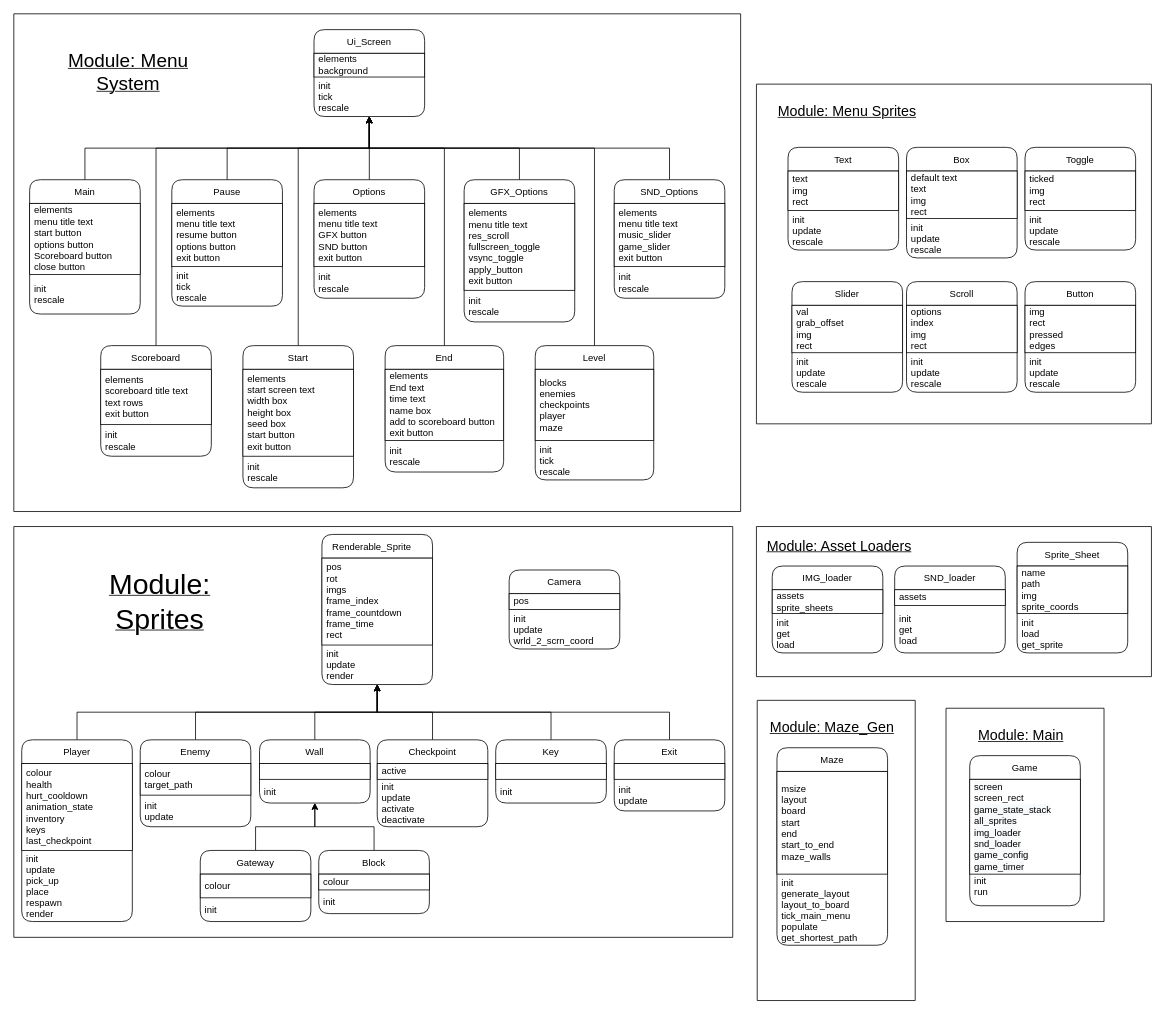
Scaniox/H446-programming-project keeps this draw.io diagram as class diagrams.drawio. Above is the earlier version. Source tidied: cells renumbered, new cells numbered last; positions are measured from the earlier drawing's top-left corner, leaving out a move shared by most shapes. Both pictures are drawn from the tidied source at 79%, with x=0, y=0 at pixel (13, 13).
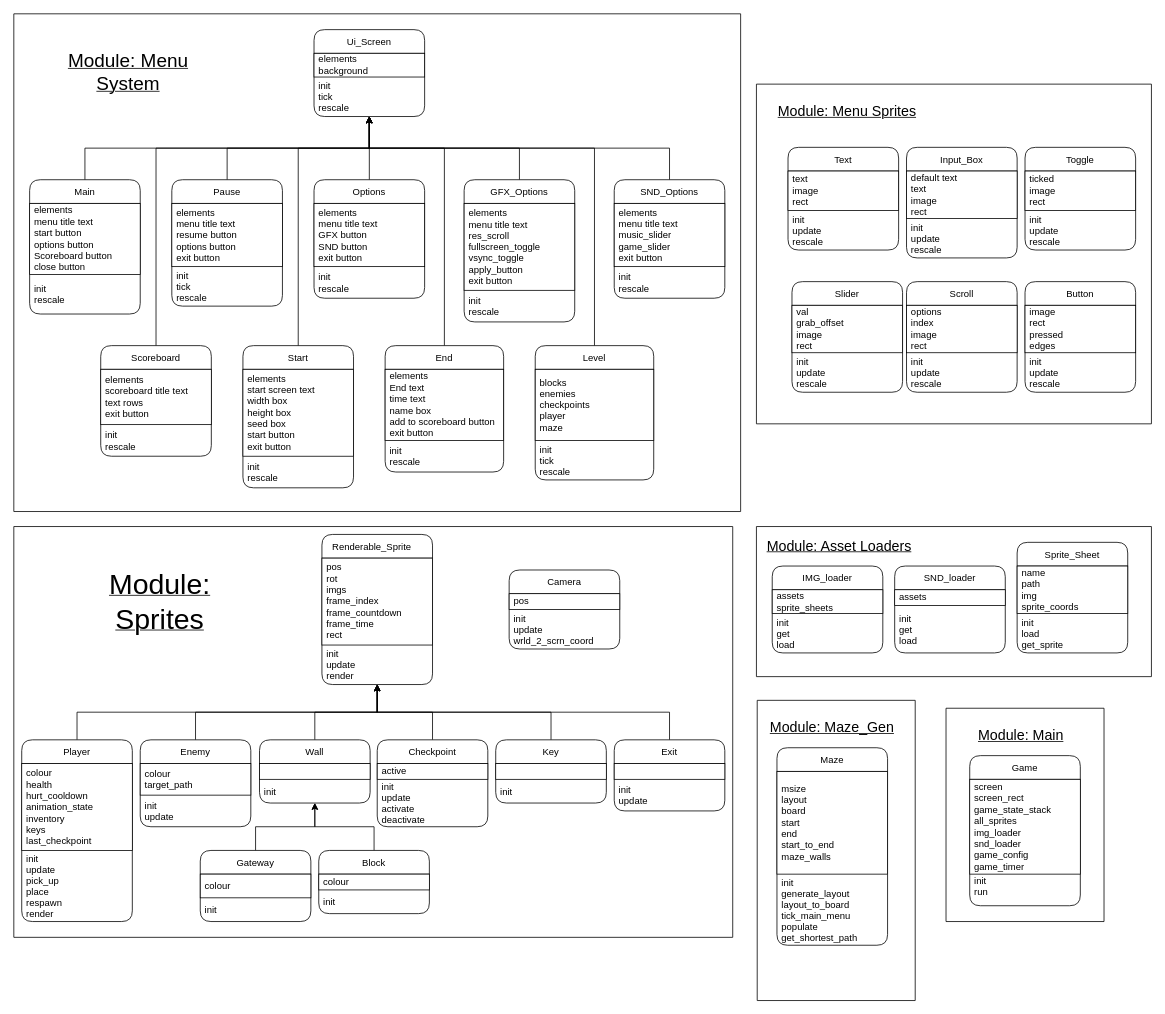
After the change.

Commit message (it also covers changes not shown here):
design - menu sprites 23 01 22

Unchanged cells that the change refers to:
```xml
<mxCell id="60" value="Game" style="swimlane;fontStyle=0;horizontal=1;startSize=30;rounded=1;" parent="58" vertex="1">
  <mxGeometry x="30" y="60" width="140" height="190" as="geometry" />
</mxCell>
<mxCell id="104" style="swimlane;startSize=0;fontSize=36;" parent="1" vertex="1">
  <mxGeometry x="940" y="89" width="500" height="430" as="geometry" />
</mxCell>
<mxCell id="106" value="Text" style="swimlane;fontStyle=0;horizontal=1;startSize=30;rounded=1;" parent="104" vertex="1">
  <mxGeometry x="40" y="80" width="140" height="130" as="geometry" />
</mxCell>
<mxCell id="112" value="Toggle" style="swimlane;fontStyle=0;horizontal=1;startSize=30;rounded=1;" parent="104" vertex="1">
  <mxGeometry x="340" y="80" width="140" height="130" as="geometry" />
</mxCell>
<mxCell id="115" value="Scroll" style="swimlane;fontStyle=0;horizontal=1;startSize=30;rounded=1;" parent="104" vertex="1">
  <mxGeometry x="190" y="250" width="140" height="140" as="geometry" />
</mxCell>
<mxCell id="118" value="Slider" style="swimlane;fontStyle=0;horizontal=1;startSize=30;rounded=1;" parent="104" vertex="1">
  <mxGeometry x="45" y="250" width="140" height="140" as="geometry" />
</mxCell>
<mxCell id="121" value="Button" style="swimlane;fontStyle=0;horizontal=1;startSize=30;rounded=1;" parent="104" vertex="1">
  <mxGeometry x="340" y="250" width="140" height="140" as="geometry" />
</mxCell>
```

What changed in the source:
```diff
@@
-    <mxCell id="61" value="&lt;span style=&quot;color: rgb(0 , 0 , 0) ; font-family: &amp;#34;helvetica&amp;#34; ; font-size: 12px ; font-style: normal ; font-weight: 400 ; letter-spacing: normal ; text-indent: 0px ; text-transform: none ; word-spacing: 0px ; background-color: rgb(248 , 249 , 250) ; display: inline ; float: none&quot;&gt;screen&lt;br&gt;&lt;/span&gt;screen_rect&lt;br style=&quot;padding: 0px ; margin: 0px ; color: rgb(0 , 0 , 0) ; font-family: &amp;#34;helvetica&amp;#34; ; font-size: 12px ; font-style: normal ; font-weight: 400 ; letter-spacing: normal ; text-indent: 0px ; text-transform: none ; word-spacing: 0px ; background-color: rgb(248 , 249 , 250)&quot;&gt;&lt;span style=&quot;color: rgb(0 , 0 , 0) ; font-family: &amp;#34;helvetica&amp;#34; ; font-size: 12px ; font-style: normal ; font-weight: 400 ; letter-spacing: normal ; text-indent: 0px ; text-transform: none ; word-spacing: 0px ; background-color: rgb(248 , 249 , 250) ; display: inline ; float: none&quot;&gt;game_state_stack&lt;/span&gt;&lt;br style=&quot;padding: 0px ; margin: 0px ; color: rgb(0 , 0 , 0) ; font-family: &amp;#34;helvetica&amp;#34; ; font-size: 12px ; font-style: normal ; font-weight: 400 ; letter-spacing: normal ; text-indent: 0px ; text-transform: none ; word-spacing: 0px ; background-color: rgb(248 , 249 , 250)&quot;&gt;&lt;span style=&quot;color: rgb(0 , 0 , 0) ; font-family: &amp;#34;helvetica&amp;#34; ; font-size: 12px ; font-style: normal ; font-weight: 400 ; letter-spacing: normal ; text-indent: 0px ; text-transform: none ; word-spacing: 0px ; background-color: rgb(248 , 249 , 250) ; display: inline ; float: none&quot;&gt;all_sprites&lt;/span&gt;&lt;br style=&quot;padding: 0px ; margin: 0px ; color: rgb(0 , 0 , 0) ; font-family: &amp;#34;helvetica&amp;#34; ; font-size: 12px ; font-style: normal ; font-weight: 400 ; letter-spacing: normal ; text-indent: 0px ; text-transform: none ; word-spacing: 0px ; background-color: rgb(248 , 249 , 250)&quot;&gt;&lt;span style=&quot;color: rgb(0 , 0 , 0) ; font-family: &amp;#34;helvetica&amp;#34; ; font-size: 12px ; font-style: normal ; font-weight: 400 ; letter-spacing: normal ; text-indent: 0px ; text-transform: none ; word-spacing: 0px ; background-color: rgb(248 , 249 , 250) ; display: inline ; float: none&quot;&gt;img_loader&lt;/span&gt;&lt;br style=&quot;padding: 0px ; margin: 0px ; color: rgb(0 , 0 , 0) ; font-family: &amp;#34;helvetica&amp;#34; ; font-size: 12px ; font-style: normal ; font-weight: 400 ; letter-spacing: normal ; text-indent: 0px ; text-transform: none ; word-spacing: 0px ; background-color: rgb(248 , 249 , 250)&quot;&gt;&lt;span style=&quot;color: rgb(0 , 0 , 0) ; font-family: &amp;#34;helvetica&amp;#34; ; font-size: 12px ; font-style: normal ; font-weight: 400 ; letter-spacing: normal ; text-indent: 0px ; text-transform: none ; word-spacing: 0px ; background-color: rgb(248 , 249 , 250) ; display: inline ; float: none&quot;&gt;snd_loader&lt;/span&gt;&lt;br style=&quot;padding: 0px ; margin: 0px ; color: rgb(0 , 0 , 0) ; font-family: &amp;#34;helvetica&amp;#34; ; font-size: 12px ; font-style: normal ; font-weight: 400 ; letter-spacing: normal ; text-indent: 0px ; text-transform: none ; word-spacing: 0px ; background-color: rgb(248 , 249 , 250)&quot;&gt;&lt;span style=&quot;color: rgb(0 , 0 , 0) ; font-family: &amp;#34;helvetica&amp;#34; ; font-size: 12px ; font-style: normal ; font-weight: 400 ; letter-spacing: normal ; text-indent: 0px ; text-transform: none ; word-spacing: 0px ; background-color: rgb(248 , 249 , 250) ; display: inline ; float: none&quot;&gt;game_config&lt;/span&gt;&lt;br style=&quot;padding: 0px ; margin: 0px ; color: rgb(0 , 0 , 0) ; font-family: &amp;#34;helvetica&amp;#34; ; font-size: 12px ; font-style: normal ; font-weight: 400 ; letter-spacing: normal ; text-indent: 0px ; text-transform: none ; word-spacing: 0px ; background-color: rgb(248 , 249 , 250)&quot;&gt;&lt;span style=&quot;color: rgb(0 , 0 , 0) ; font-family: &amp;#34;helvetica&amp;#34; ; font-size: 12px ; font-style: normal ; font-weight: 400 ; letter-spacing: normal ; text-indent: 0px ; text-transform: none ; word-spacing: 0px ; background-color: rgb(248 , 249 , 250) ; display: inline ; float: none&quot;&gt;game_timer&lt;/span&gt;" style="rounded=0;whiteSpace=wrap;html=1;align=left;spacingLeft=4;" parent="60" vertex="1">
+    <mxCell id="61" value="&lt;span style=&quot;font-family: &amp;#34;helvetica&amp;#34; ; font-size: 12px ; font-style: normal ; font-weight: 400 ; letter-spacing: normal ; text-indent: 0px ; text-transform: none ; word-spacing: 0px ; display: inline ; float: none&quot;&gt;screen&lt;br&gt;&lt;/span&gt;screen_rect&lt;br style=&quot;padding: 0px ; margin: 0px ; font-family: &amp;#34;helvetica&amp;#34; ; font-size: 12px ; font-style: normal ; font-weight: 400 ; letter-spacing: normal ; text-indent: 0px ; text-transform: none ; word-spacing: 0px&quot;&gt;&lt;span style=&quot;font-family: &amp;#34;helvetica&amp;#34; ; font-size: 12px ; font-style: normal ; font-weight: 400 ; letter-spacing: normal ; text-indent: 0px ; text-transform: none ; word-spacing: 0px ; display: inline ; float: none&quot;&gt;game_state_stack&lt;/span&gt;&lt;br style=&quot;padding: 0px ; margin: 0px ; font-family: &amp;#34;helvetica&amp;#34; ; font-size: 12px ; font-style: normal ; font-weight: 400 ; letter-spacing: normal ; text-indent: 0px ; text-transform: none ; word-spacing: 0px&quot;&gt;&lt;span style=&quot;font-family: &amp;#34;helvetica&amp;#34; ; font-size: 12px ; font-style: normal ; font-weight: 400 ; letter-spacing: normal ; text-indent: 0px ; text-transform: none ; word-spacing: 0px ; display: inline ; float: none&quot;&gt;all_sprites&lt;/span&gt;&lt;br style=&quot;padding: 0px ; margin: 0px ; font-family: &amp;#34;helvetica&amp;#34; ; font-size: 12px ; font-style: normal ; font-weight: 400 ; letter-spacing: normal ; text-indent: 0px ; text-transform: none ; word-spacing: 0px&quot;&gt;&lt;span style=&quot;font-family: &amp;#34;helvetica&amp;#34; ; font-size: 12px ; font-style: normal ; font-weight: 400 ; letter-spacing: normal ; text-indent: 0px ; text-transform: none ; word-spacing: 0px ; display: inline ; float: none&quot;&gt;img_loader&lt;/span&gt;&lt;br style=&quot;padding: 0px ; margin: 0px ; font-family: &amp;#34;helvetica&amp;#34; ; font-size: 12px ; font-style: normal ; font-weight: 400 ; letter-spacing: normal ; text-indent: 0px ; text-transform: none ; word-spacing: 0px&quot;&gt;&lt;span style=&quot;font-family: &amp;#34;helvetica&amp;#34; ; font-size: 12px ; font-style: normal ; font-weight: 400 ; letter-spacing: normal ; text-indent: 0px ; text-transform: none ; word-spacing: 0px ; display: inline ; float: none&quot;&gt;snd_loader&lt;/span&gt;&lt;br style=&quot;padding: 0px ; margin: 0px ; font-family: &amp;#34;helvetica&amp;#34; ; font-size: 12px ; font-style: normal ; font-weight: 400 ; letter-spacing: normal ; text-indent: 0px ; text-transform: none ; word-spacing: 0px&quot;&gt;&lt;span style=&quot;font-family: &amp;#34;helvetica&amp;#34; ; font-size: 12px ; font-style: normal ; font-weight: 400 ; letter-spacing: normal ; text-indent: 0px ; text-transform: none ; word-spacing: 0px ; display: inline ; float: none&quot;&gt;game_config&lt;/span&gt;&lt;br style=&quot;padding: 0px ; margin: 0px ; font-family: &amp;#34;helvetica&amp;#34; ; font-size: 12px ; font-style: normal ; font-weight: 400 ; letter-spacing: normal ; text-indent: 0px ; text-transform: none ; word-spacing: 0px&quot;&gt;&lt;span style=&quot;font-family: &amp;#34;helvetica&amp;#34; ; font-size: 12px ; font-style: normal ; font-weight: 400 ; letter-spacing: normal ; text-indent: 0px ; text-transform: none ; word-spacing: 0px ; display: inline ; float: none&quot;&gt;game_timer&lt;/span&gt;" style="rounded=0;whiteSpace=wrap;html=1;align=left;spacingLeft=4;" parent="60" vertex="1">
       <mxGeometry y="30" width="140" height="120" as="geometry" />
     </mxCell>
@@
-    <mxCell id="107" value="text&lt;br&gt;img&lt;br&gt;rect" style="rounded=0;whiteSpace=wrap;html=1;align=left;spacingLeft=4;" parent="106" vertex="1">
+    <mxCell id="107" value="text&lt;br&gt;image&lt;br&gt;rect" style="rounded=0;whiteSpace=wrap;html=1;align=left;spacingLeft=4;" parent="106" vertex="1">
       <mxGeometry y="30" width="140" height="50" as="geometry" />
     </mxCell>
@@
-    <mxCell id="109" value="Box" style="swimlane;fontStyle=0;horizontal=1;startSize=30;rounded=1;" parent="104" vertex="1">
+    <mxCell id="109" value="Input_Box" style="swimlane;fontStyle=0;horizontal=1;startSize=30;rounded=1;" parent="104" vertex="1">
       <mxGeometry x="190" y="80" width="140" height="140" as="geometry" />
     </mxCell>
-    <mxCell id="110" value="default text&lt;br&gt;text&lt;br&gt;img&lt;br&gt;rect" style="rounded=0;whiteSpace=wrap;html=1;align=left;spacingLeft=4;" parent="109" vertex="1">
+    <mxCell id="110" value="default text&lt;br&gt;text&lt;br&gt;image&lt;br&gt;rect" style="rounded=0;whiteSpace=wrap;html=1;align=left;spacingLeft=4;" parent="109" vertex="1">
       <mxGeometry y="30" width="140" height="60" as="geometry" />
     </mxCell>
@@
-    <mxCell id="113" value="ticked&lt;br&gt;img&lt;br&gt;rect" style="rounded=0;whiteSpace=wrap;html=1;align=left;spacingLeft=4;" parent="112" vertex="1">
+    <mxCell id="113" value="ticked&lt;br&gt;image&lt;br&gt;rect" style="rounded=0;whiteSpace=wrap;html=1;align=left;spacingLeft=4;" parent="112" vertex="1">
       <mxGeometry y="30" width="140" height="50" as="geometry" />
     </mxCell>
@@
-    <mxCell id="116" value="options&lt;br&gt;index&lt;br&gt;img&lt;br&gt;rect" style="rounded=0;whiteSpace=wrap;html=1;align=left;spacingLeft=4;" parent="115" vertex="1">
+    <mxCell id="116" value="options&lt;br&gt;index&lt;br&gt;image&lt;br&gt;rect" style="rounded=0;whiteSpace=wrap;html=1;align=left;spacingLeft=4;" parent="115" vertex="1">
       <mxGeometry y="30" width="140" height="60" as="geometry" />
     </mxCell>
@@
-    <mxCell id="119" value="val&lt;br&gt;grab_offset&lt;br&gt;img&lt;br&gt;rect" style="rounded=0;whiteSpace=wrap;html=1;align=left;spacingLeft=4;" parent="118" vertex="1">
+    <mxCell id="119" value="val&lt;br&gt;grab_offset&lt;br&gt;image&lt;br&gt;rect" style="rounded=0;whiteSpace=wrap;html=1;align=left;spacingLeft=4;" parent="118" vertex="1">
       <mxGeometry y="30" width="140" height="60" as="geometry" />
     </mxCell>
@@
-    <mxCell id="122" value="img&lt;br&gt;rect&lt;br&gt;pressed&lt;br&gt;edges" style="rounded=0;whiteSpace=wrap;html=1;align=left;spacingLeft=4;" parent="121" vertex="1">
+    <mxCell id="122" value="image&lt;br&gt;rect&lt;br&gt;pressed&lt;br&gt;edges" style="rounded=0;whiteSpace=wrap;html=1;align=left;spacingLeft=4;" parent="121" vertex="1">
       <mxGeometry y="30" width="140" height="60" as="geometry" />
     </mxCell>
```
